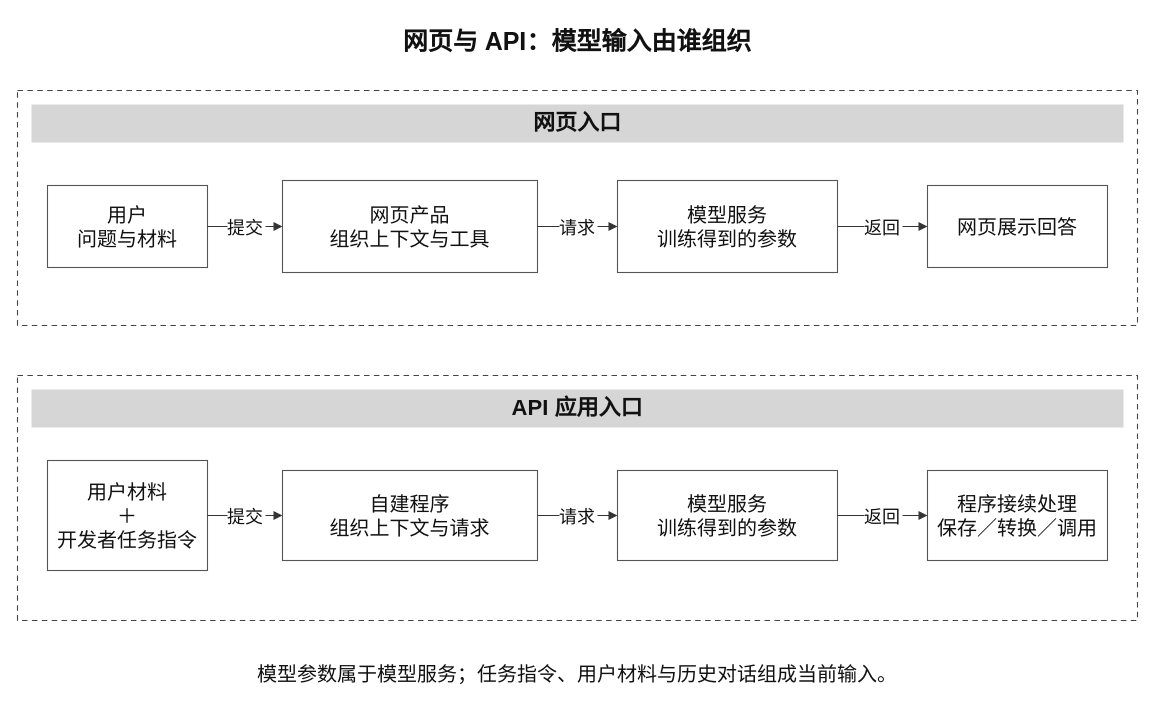
Earlier version of the draw.io diagram public/diagrams/research-agents/chapter-1/web-and-api.drawio (luzhiyu-econ/EconLLM-Lab). Source tidied: cells renumbered, new cells numbered last; positions are measured from the earlier drawing's top-left corner, leaving out a move shared by most shapes. Both pictures are drawn from the tidied source at 100%, with x=0, y=0 at pixel (17, 17).
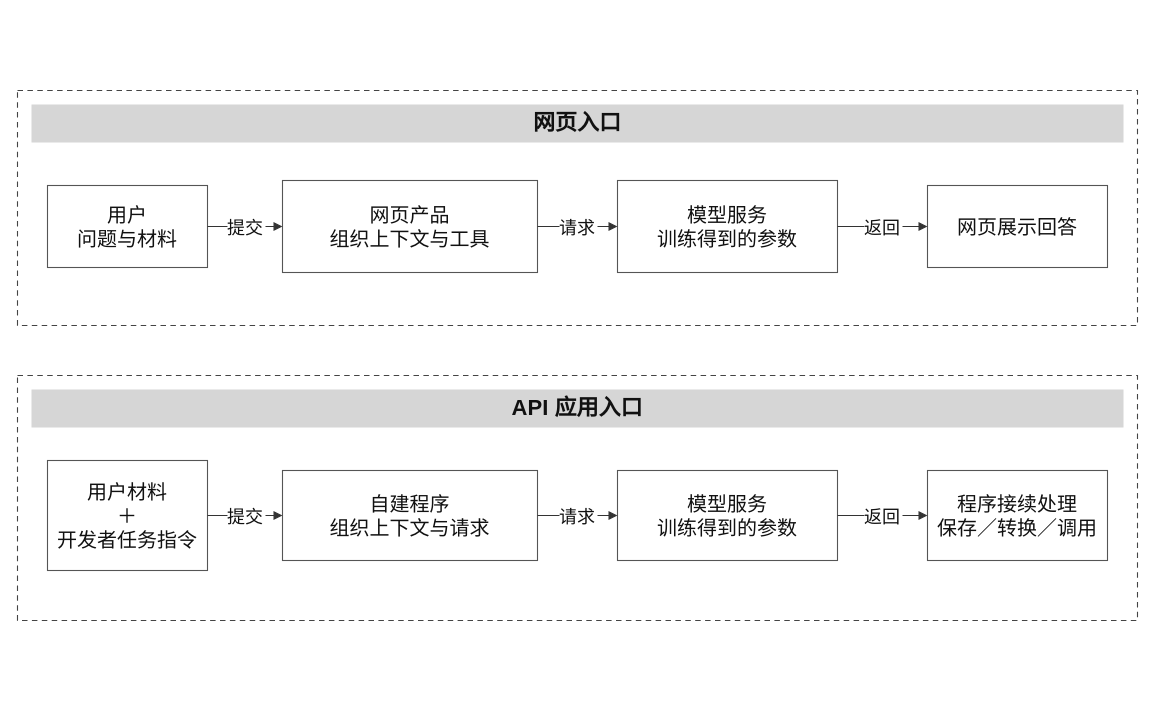
The same diagram, later.

Change to the diagram source:
```diff
@@
-    <mxCell id="2" value="网页与 API：模型输入由谁组织" style="rounded=0;whiteSpace=wrap;html=0;fontFamily=SimSun;fontSize=20;fontColor=#111111;strokeColor=#555555;strokeWidth=1.1;fillColor=#ffffff;spacing=6;strokeColor=none;fontSize=25;fontStyle=1;" parent="1" vertex="1">
-      <mxGeometry width="1120" height="45" as="geometry" />
-    </mxCell>
@@
-    <mxCell id="21" value="模型参数属于模型服务；任务指令、用户材料与历史对话组成当前输入。" style="rounded=0;whiteSpace=wrap;html=0;fontFamily=SimSun;fontSize=20;fontColor=#111111;strokeColor=#555555;strokeWidth=1.1;fillColor=#ffffff;spacing=6;strokeColor=none;fontSize=20;" parent="1" vertex="1">
-      <mxGeometry x="10" y="633" width="1100" height="45" as="geometry" />
-    </mxCell>
```
